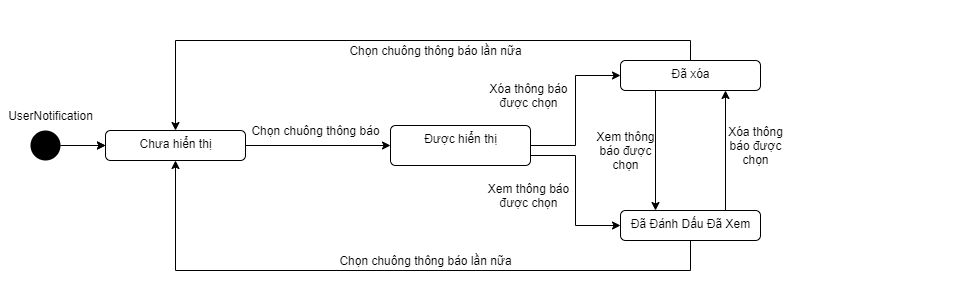
This is ToDoApp-Doc/Document/Diagram/State Machine Diagram/UserNotification/StateMachineDiagram_UserNotificationManagement.png from Merevoli-DatLuu/To-Do-App, a draw.io export, as it was before one commit. Source tidied: cells renumbered, new cells last; positions are measured from the earlier drawing's top-left corner, leaving out a move shared by most shapes.
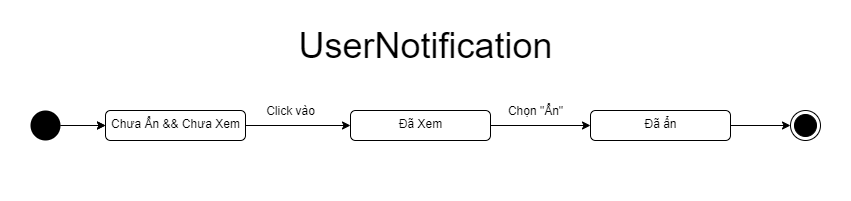
After the change.

Commit message:
[TODO-52]-[Modified]: UserNotification State Diagram

Diff of the diagram source:
```diff
@@ -3,59 +3,18 @@
     <mxCell id="0" />
     <mxCell id="1" parent="0" />
     <mxCell id="2" style="rounded=0;whiteSpace=wrap;html=1;strokeColor=none;" parent="1" vertex="1">
-      <mxGeometry width="970" height="290" as="geometry" />
+      <mxGeometry y="20" width="850" height="200" as="geometry" />
     </mxCell>
-    <mxCell id="3" style="edgeStyle=orthogonalEdgeStyle;rounded=0;jettySize=auto;html=1;exitX=1;exitY=0.5;exitDx=0;exitDy=0;" parent="1" edge="1" source="18" target="6">
+    <mxCell id="3" style="edgeStyle=orthogonalEdgeStyle;rounded=0;jettySize=auto;html=1;exitX=1;exitY=0.5;exitDx=0;exitDy=0;entryX=0;entryY=0.5;entryDx=0;entryDy=0;" parent="1" edge="1" source="18" target="27">
       <mxGeometry relative="1" as="geometry" />
     </mxCell>
-    <mxCell id="4" style="edgeStyle=orthogonalEdgeStyle;rounded=0;jettySize=auto;html=1;entryX=0;entryY=0.5;entryDx=0;entryDy=0;exitX=1;exitY=0.75;exitDx=0;exitDy=0;" parent="1" edge="1" source="6" target="10">
-      <mxGeometry relative="1" as="geometry" />
-    </mxCell>
-    <mxCell id="5" style="edgeStyle=orthogonalEdgeStyle;rounded=0;jettySize=auto;html=1;entryX=0;entryY=0.5;entryDx=0;entryDy=0;" parent="1" edge="1" source="6" target="13">
-      <mxGeometry relative="1" as="geometry" />
-    </mxCell>
-    <mxCell id="6" value="Được hiển thị" style="html=1;align=center;verticalAlign=top;rounded=1;absoluteArcSize=1;arcSize=10;dashed=0;" parent="1" vertex="1">
-      <mxGeometry x="390" y="125" width="140" height="40" as="geometry" />
-    </mxCell>
-    <mxCell id="7" value="Chọn chuông thông báo" style="text;html=1;align=center;verticalAlign=middle;" parent="1" vertex="1">
-      <mxGeometry x="245" y="120" width="140" height="20" as="geometry" />
-    </mxCell>
-    <mxCell id="8" style="edgeStyle=orthogonalEdgeStyle;rounded=0;jettySize=auto;html=1;entryX=0.75;entryY=1;entryDx=0;entryDy=0;exitX=0.75;exitY=0;exitDx=0;exitDy=0;" parent="1" edge="1" source="10" target="13">
-      <mxGeometry relative="1" as="geometry" />
-    </mxCell>
-    <mxCell id="9" style="edgeStyle=orthogonalEdgeStyle;rounded=0;jettySize=auto;html=1;entryX=0.5;entryY=1;entryDx=0;entryDy=0;exitX=0.5;exitY=1;exitDx=0;exitDy=0;" parent="1" edge="1" source="10" target="18">
-      <mxGeometry relative="1" as="geometry">
-        <Array as="points">
-          <mxPoint x="690" y="270" />
-          <mxPoint x="175" y="270" />
-        </Array>
-      </mxGeometry>
-    </mxCell>
-    <mxCell id="10" value="Đã Đánh Dấu Đã Xem" style="html=1;align=center;verticalAlign=top;rounded=1;absoluteArcSize=1;arcSize=10;dashed=0;" parent="1" vertex="1">
-      <mxGeometry x="620" y="210" width="140" height="30" as="geometry" />
-    </mxCell>
-    <mxCell id="11" style="edgeStyle=orthogonalEdgeStyle;rounded=0;jettySize=auto;html=1;exitX=0.25;exitY=1;exitDx=0;exitDy=0;entryX=0.25;entryY=0;entryDx=0;entryDy=0;" parent="1" edge="1" source="13" target="10">
-      <mxGeometry relative="1" as="geometry" />
-    </mxCell>
-    <mxCell id="12" style="edgeStyle=orthogonalEdgeStyle;rounded=0;jettySize=auto;html=1;entryX=0.5;entryY=0;entryDx=0;entryDy=0;exitX=0.5;exitY=0;exitDx=0;exitDy=0;" parent="1" edge="1" source="13" target="18">
-      <mxGeometry relative="1" as="geometry" />
-    </mxCell>
+    <mxCell id="25" style="edgeStyle=orthogonalEdgeStyle;rounded=0;jettySize=auto;html=1;entryX=0;entryY=0.5;entryDx=0;entryDy=0;" parent="1" edge="1" source="13" target="30">
+      <mxGeometry relative="1" as="geometry" />
+    </mxCell>
-    <mxCell id="13" value="Đã xóa" style="html=1;align=center;verticalAlign=top;rounded=1;absoluteArcSize=1;arcSize=10;dashed=0;" parent="1" vertex="1">
-      <mxGeometry x="620" y="60" width="140" height="30" as="geometry" />
+    <mxCell id="13" value="Đã ẩn" style="html=1;align=center;verticalAlign=top;rounded=1;absoluteArcSize=1;arcSize=10;dashed=0;" parent="1" vertex="1">
+      <mxGeometry x="590" y="130" width="140" height="30" as="geometry" />
     </mxCell>
-    <mxCell id="14" value="Xóa thông&lt;br&gt;báo được&lt;br&gt;chọn" style="text;html=1;align=center;verticalAlign=middle;" parent="1" vertex="1">
-      <mxGeometry x="720" y="120" width="70" height="50" as="geometry" />
-    </mxCell>
-    <mxCell id="15" value="Xem thông báo&lt;br&gt;được chọn" style="text;html=1;align=center;verticalAlign=middle;" parent="1" vertex="1">
-      <mxGeometry x="478" y="180" width="100" height="30" as="geometry" />
-    </mxCell>
-    <mxCell id="16" value="Xem thông&lt;br&gt;báo được&lt;br&gt;chọn" style="text;html=1;align=center;verticalAlign=middle;" parent="1" vertex="1">
-      <mxGeometry x="590" y="125" width="70" height="50" as="geometry" />
-    </mxCell>
-    <mxCell id="17" value="Xóa thông báo&lt;br&gt;được chọn" style="text;html=1;align=center;verticalAlign=middle;" parent="1" vertex="1">
-      <mxGeometry x="483" y="80" width="90" height="30" as="geometry" />
-    </mxCell>
-    <mxCell id="18" value="Chưa hiển thị" style="html=1;align=center;verticalAlign=top;rounded=1;absoluteArcSize=1;arcSize=10;dashed=0;" parent="1" vertex="1">
+    <mxCell id="18" value="&lt;font style=&quot;font-size: 12px&quot;&gt;Chưa Ẩn &amp;amp;&amp;amp; Chưa Xem&lt;/font&gt;" style="html=1;align=center;verticalAlign=top;rounded=1;absoluteArcSize=1;arcSize=10;dashed=0;" parent="1" vertex="1">
       <mxGeometry x="105" y="130" width="140" height="30" as="geometry" />
     </mxCell>
     <mxCell id="19" style="edgeStyle=orthogonalEdgeStyle;rounded=0;jettySize=auto;html=1;entryX=0;entryY=0.5;entryDx=0;entryDy=0;" parent="1" edge="1" target="18">
@@ -68,17 +27,26 @@
         <mxPoint x="60" y="145" as="sourcePoint" />
       </mxGeometry>
     </mxCell>
-    <mxCell id="21" value="Chọn chuông thông báo lần nữa" style="text;html=1;align=center;verticalAlign=middle;" parent="1" vertex="1">
-      <mxGeometry x="330" y="250" width="190" height="20" as="geometry" />
-    </mxCell>
-    <mxCell id="22" value="Chọn chuông thông báo lần nữa" style="text;html=1;align=center;verticalAlign=middle;" parent="1" vertex="1">
-      <mxGeometry x="340" y="40" width="190" height="20" as="geometry" />
-    </mxCell>
     <mxCell id="23" style="ellipse;fillColor=#000000;strokeColor=none;" parent="1" vertex="1">
       <mxGeometry x="30" y="130" width="30" height="30" as="geometry" />
     </mxCell>
-    <mxCell id="24" value="UserNotification" style="text;html=1;align=center;verticalAlign=middle;" parent="1" vertex="1">
-      <mxGeometry y="105" width="100" height="20" as="geometry" />
+    <mxCell id="24" value="&lt;font style=&quot;font-size: 36px&quot;&gt;UserNotification&lt;/font&gt;" style="text;html=1;align=center;verticalAlign=middle;" parent="1" vertex="1">
+      <mxGeometry x="290" y="50" width="270" height="30" as="geometry" />
     </mxCell>
+    <mxCell id="26" style="edgeStyle=orthogonalEdgeStyle;rounded=0;jettySize=auto;html=1;entryX=0;entryY=0.5;entryDx=0;entryDy=0;" parent="1" edge="1" source="27" target="13">
+      <mxGeometry relative="1" as="geometry" />
+    </mxCell>
+    <mxCell id="27" value="Đã Xem" style="html=1;align=center;verticalAlign=top;rounded=1;absoluteArcSize=1;arcSize=10;dashed=0;" parent="1" vertex="1">
+      <mxGeometry x="350" y="130" width="140" height="30" as="geometry" />
+    </mxCell>
+    <mxCell id="28" value="Click vào" style="text;html=1;align=center;verticalAlign=middle;" parent="1" vertex="1">
+      <mxGeometry x="260" y="120" width="60" height="20" as="geometry" />
+    </mxCell>
+    <mxCell id="29" value="Chọn &quot;Ẩn&quot;" style="text;html=1;align=center;verticalAlign=middle;" parent="1" vertex="1">
+      <mxGeometry x="500" y="120" width="70" height="20" as="geometry" />
+    </mxCell>
+    <mxCell id="30" style="ellipse;html=1;shape=endState;fillColor=#000000;strokeColor=#000000;" parent="1" vertex="1">
+      <mxGeometry x="790" y="130" width="30" height="30" as="geometry" />
+    </mxCell>
   </root>
 </mxGraphModel>
```
